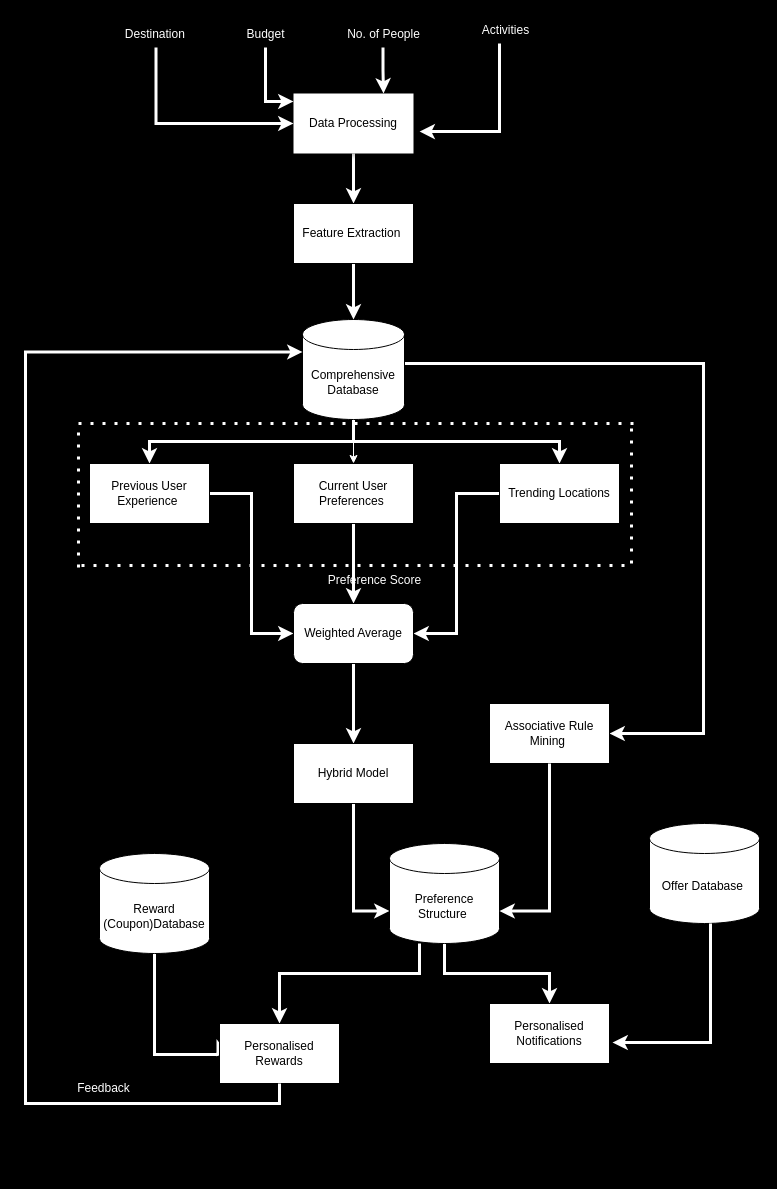
This is Untitled Diagram.drawio from Dhwanigoyal/travelplanner, a draw.io file, before an edit. Source tidied: cells renumbered, new cells numbered last; positions are measured from the earlier drawing's top-left corner, leaving out a move shared by most shapes. Both pictures are drawn from the tidied source at 100%, with x=0, y=0 at pixel (25, 17).
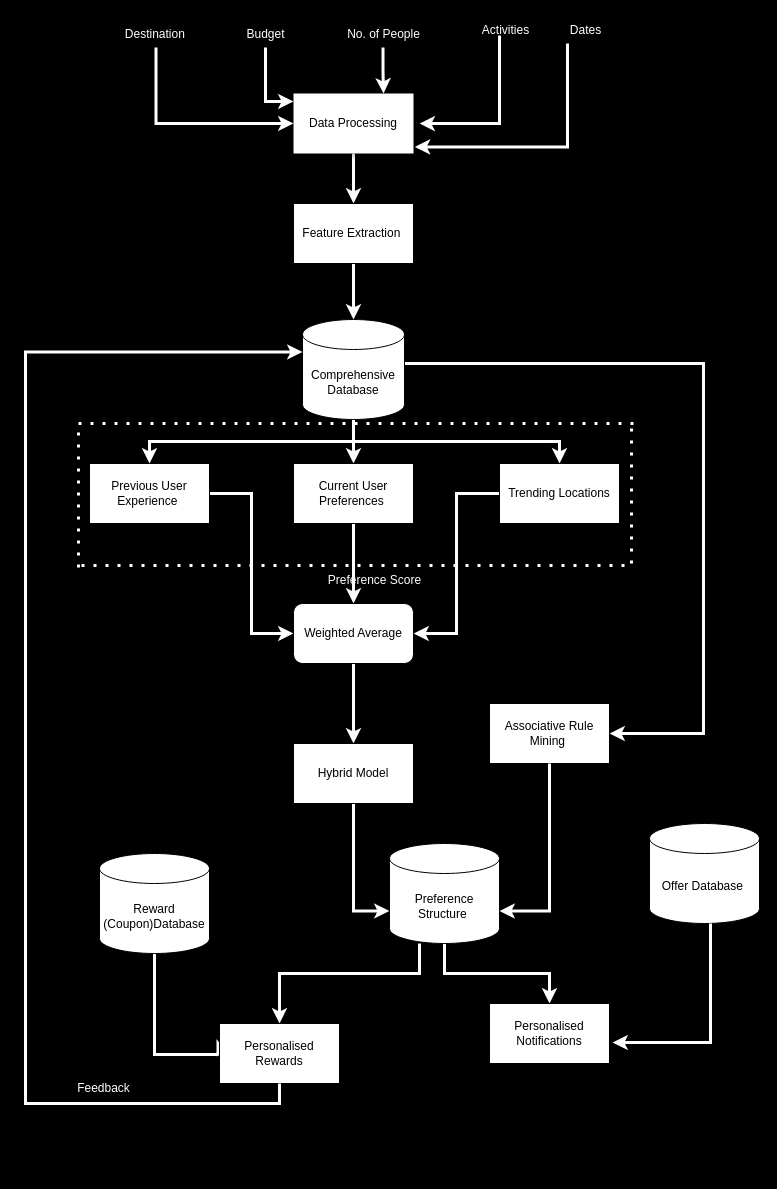
After the change.

Unchanged cells that the change refers to:
```xml
<mxCell id="10" value="Comprehensive&lt;div&gt;Database&lt;/div&gt;" style="shape=cylinder3;whiteSpace=wrap;html=1;boundedLbl=1;backgroundOutline=1;size=15;" parent="1" vertex="1">
  <mxGeometry x="277" y="302" width="102" height="100" as="geometry" />
</mxCell>
<mxCell id="12" value="Previous User&lt;div&gt;Experience&amp;nbsp;&lt;/div&gt;" style="rounded=0;whiteSpace=wrap;html=1;" parent="1" vertex="1">
  <mxGeometry x="64" y="446" width="120" height="60" as="geometry" />
</mxCell>
<mxCell id="14" value="Current User Preferences&amp;nbsp;" style="rounded=0;whiteSpace=wrap;html=1;strokeColor=default;" parent="1" vertex="1">
  <mxGeometry x="268" y="446" width="120" height="60" as="geometry" />
</mxCell>
<mxCell id="38" value="&lt;font color=&quot;#ffffff&quot;&gt;Activities&lt;/font&gt;" style="text;html=1;align=center;verticalAlign=middle;points=[];strokeColor=none;fillColor=none;fontFamily=Helvetica;fontSize=12;fontColor=default;" parent="1" vertex="1">
  <mxGeometry x="447" width="65" height="26" as="geometry" />
</mxCell>
```

Diff of the diagram source:
```diff
@@
-    <mxCell id="7" style="edgeStyle=orthogonalEdgeStyle;rounded=0;jettySize=auto;html=1;entryX=0.5;entryY=0;entryDx=0;entryDy=0;fontFamily=Helvetica;fontSize=12;fontColor=default;strokeColor=#FFFFFF;" parent="1" edge="1" source="10" target="14">
-      <mxGeometry relative="1" as="geometry" />
-    </mxCell>
@@
     <mxCell id="9" style="edgeStyle=orthogonalEdgeStyle;rounded=0;jettySize=auto;html=1;exitX=0.5;exitY=1;exitDx=0;exitDy=0;exitPerimeter=0;entryX=0.5;entryY=0;entryDx=0;entryDy=0;fontFamily=Helvetica;fontSize=12;fontColor=default;strokeColor=#FFFFFF;strokeWidth=3;" parent="1" edge="1" source="10" target="12">
-      <mxGeometry relative="1" as="geometry" />
+      <mxGeometry relative="1" as="geometry">
+        <Array as="points">
+          <mxPoint x="328" y="424" />
+          <mxPoint x="124" y="424" />
+        </Array>
+      </mxGeometry>
     </mxCell>
+    <mxCell id="7" style="edgeStyle=orthogonalEdgeStyle;rounded=0;jettySize=auto;html=1;fontFamily=Helvetica;fontSize=12;fontColor=default;strokeColor=#FFFFFF;strokeWidth=3;" parent="1" edge="1" source="10" target="14">
+      <mxGeometry relative="1" as="geometry" />
+    </mxCell>
@@
-    <mxCell id="37" style="edgeStyle=orthogonalEdgeStyle;rounded=0;jettySize=auto;html=1;fontFamily=Helvetica;fontSize=12;fontColor=default;strokeColor=#FFFFFF;strokeWidth=3;" parent="1" edge="1" source="38">
+    <mxCell id="37" style="edgeStyle=orthogonalEdgeStyle;rounded=0;orthogonalLoop=1;jettySize=auto;html=1;fontFamily=Helvetica;fontSize=12;fontColor=default;strokeColor=#FFFFFF;strokeWidth=3;" parent="1" edge="1">
       <mxGeometry relative="1" as="geometry">
-        <mxPoint x="394.1" y="114.1" as="targetPoint" />
+        <mxPoint x="474" y="18" as="sourcePoint" />
+        <mxPoint x="394.1" y="106.1" as="targetPoint" />
         <Array as="points">
-          <mxPoint x="474" y="114" />
+          <mxPoint x="473.9" y="106" />
         </Array>
       </mxGeometry>
     </mxCell>
@@
+    <mxCell id="48" style="edgeStyle=orthogonalEdgeStyle;rounded=0;jettySize=auto;html=1;fontFamily=Helvetica;fontSize=12;fontColor=default;strokeColor=#FFFFFF;strokeWidth=3;" parent="1" edge="1" source="49">
+      <mxGeometry relative="1" as="geometry">
+        <mxPoint x="389.4" y="129.4" as="targetPoint" />
+        <Array as="points">
+          <mxPoint x="542" y="129" />
+        </Array>
+      </mxGeometry>
+    </mxCell>
+    <mxCell id="49" value="&lt;font color=&quot;#ffffff&quot;&gt;Dates&lt;/font&gt;" style="text;html=1;align=center;verticalAlign=middle;points=[];strokeColor=none;fillColor=none;fontFamily=Helvetica;fontSize=12;fontColor=default;" parent="1" vertex="1">
+      <mxGeometry x="535" width="49" height="26" as="geometry" />
+    </mxCell>
```
